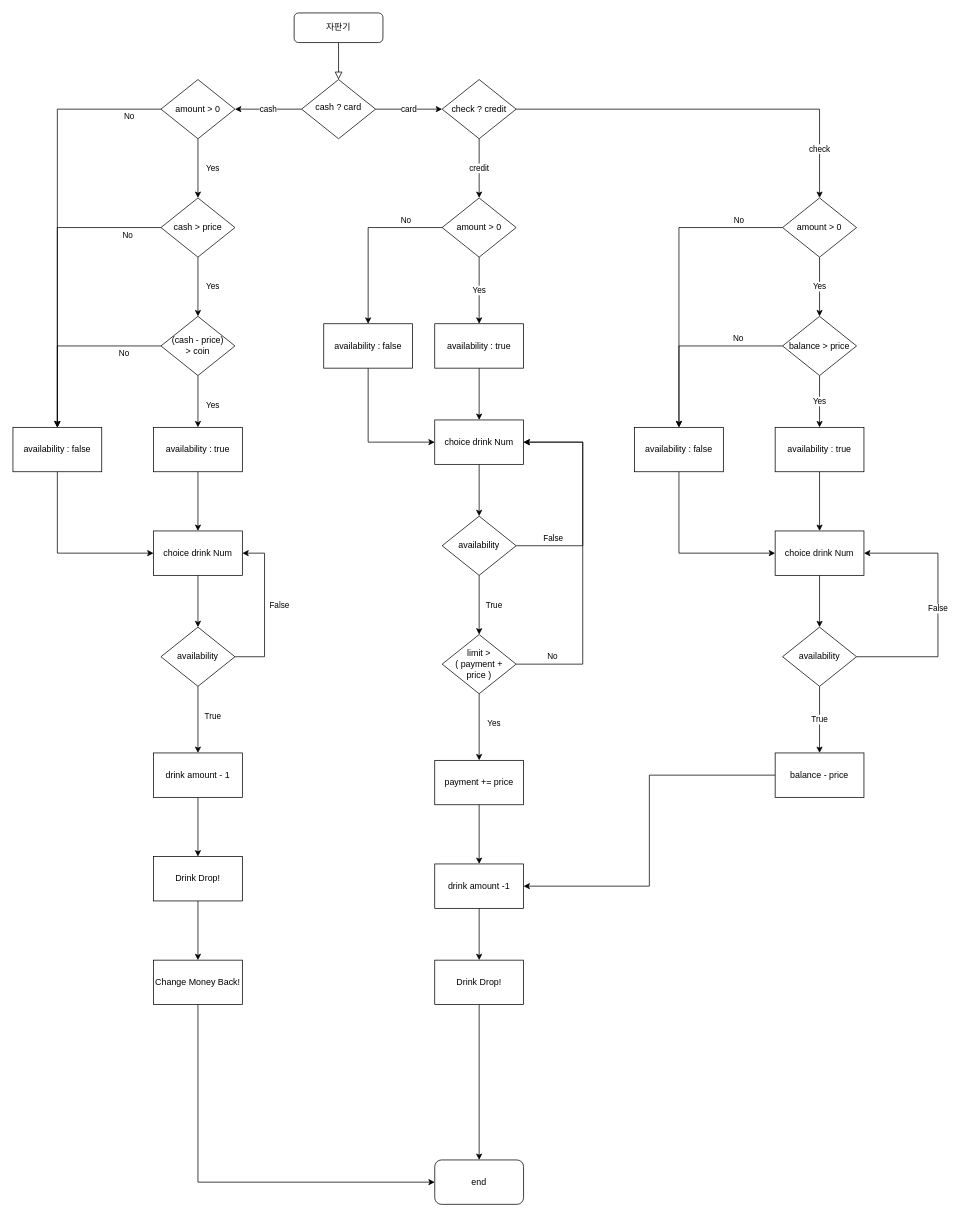
Earlier version of the draw.io diagram Untitled Diagram.drawio (AbyulStudy/barogo). Source tidied: cells renumbered, new cells numbered last; positions are measured from the earlier drawing's top-left corner, leaving out a move shared by most shapes. Both pictures are drawn from the tidied source at 74%, with x=0, y=0 at pixel (13, 13).
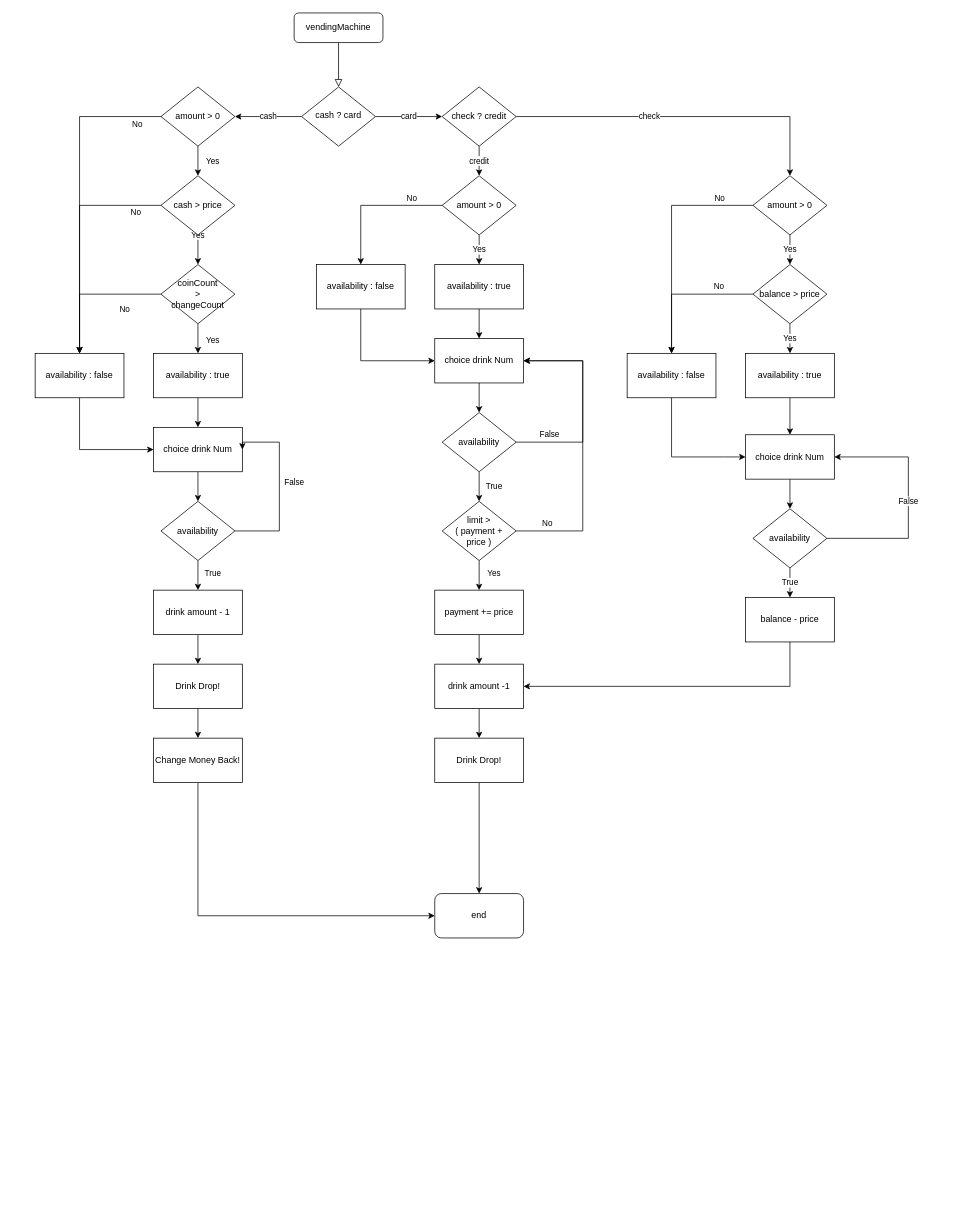
After the change.

Change to the diagram source:
```diff
@@
-    <mxCell id="3" value="자판기" style="rounded=1;whiteSpace=wrap;html=1;fontSize=12;glass=0;strokeWidth=1;shadow=0;" parent="1" vertex="1">
+    <mxCell id="3" value="vendingMachine" style="rounded=1;whiteSpace=wrap;html=1;fontSize=12;glass=0;strokeWidth=1;shadow=0;" parent="1" vertex="1">
       <mxGeometry x="380" width="120" height="40" as="geometry" />
     </mxCell>
@@
     <mxCell id="6" value="cash ? card" style="rhombus;whiteSpace=wrap;html=1;shadow=0;fontFamily=Helvetica;fontSize=12;align=center;strokeWidth=1;spacing=6;spacingTop=-4;" parent="1" vertex="1">
-      <mxGeometry x="390" y="90" width="100" height="80" as="geometry" />
+      <mxGeometry x="390" y="100" width="100" height="80" as="geometry" />
     </mxCell>
@@
     <mxCell id="9" value="amount &amp;gt; 0" style="rhombus;whiteSpace=wrap;html=1;" parent="1" vertex="1">
-      <mxGeometry x="200" y="90" width="100" height="80" as="geometry" />
+      <mxGeometry x="200" y="100" width="100" height="80" as="geometry" />
     </mxCell>
-    <mxCell id="10" value="Yes" style="edgeStyle=orthogonalEdgeStyle;rounded=0;jettySize=auto;html=1;" parent="1" edge="1" source="12" target="15">
-      <mxGeometry y="20" relative="1" as="geometry" />
+    <mxCell id="10" value="Yes" style="edgeStyle=orthogonalEdgeStyle;rounded=0;jettySize=auto;html=1;" parent="1" edge="1" source="12">
+      <mxGeometry y="20" relative="1" as="geometry">
+        <mxPoint x="250" y="340" as="targetPoint" />
+      </mxGeometry>
     </mxCell>
@@
     <mxCell id="12" value="cash &amp;gt; price" style="rhombus;whiteSpace=wrap;html=1;" parent="1" vertex="1">
-      <mxGeometry x="200" y="250" width="100" height="80" as="geometry" />
+      <mxGeometry x="200" y="220" width="100" height="80" as="geometry" />
     </mxCell>
-    <mxCell id="13" value="No" style="edgeStyle=orthogonalEdgeStyle;rounded=0;jettySize=auto;html=1;exitX=0;exitY=0.5;exitDx=0;exitDy=0;" parent="1" edge="1" source="15" target="17">
-      <mxGeometry x="-0.6" y="10" relative="1" as="geometry" />
-    </mxCell>
-    <mxCell id="14" value="Yes" style="edgeStyle=orthogonalEdgeStyle;rounded=0;jettySize=auto;html=1;" parent="1" edge="1" source="15" target="19">
-      <mxGeometry x="0.14" y="20" relative="1" as="geometry" />
-    </mxCell>
-    <mxCell id="15" value="&lt;span&gt;(cash - price)&lt;/span&gt;&lt;br&gt;&lt;span&gt;&amp;gt; coin&lt;/span&gt;" style="rhombus;whiteSpace=wrap;html=1;" parent="1" vertex="1">
-      <mxGeometry x="200" y="410" width="100" height="80" as="geometry" />
-    </mxCell>
@@
     <mxCell id="17" value="&lt;div style=&quot;line-height: 19px&quot;&gt;&lt;font face=&quot;helvetica&quot;&gt;availability : false&lt;/font&gt;&lt;/div&gt;" style="whiteSpace=wrap;html=1;" parent="1" vertex="1">
-      <mxGeometry y="560" width="120" height="60" as="geometry" />
+      <mxGeometry x="30" y="460" width="120" height="60" as="geometry" />
     </mxCell>
@@
     <mxCell id="19" value="availability : true" style="whiteSpace=wrap;html=1;" parent="1" vertex="1">
-      <mxGeometry x="190" y="560" width="120" height="60" as="geometry" />
+      <mxGeometry x="190" y="460" width="120" height="60" as="geometry" />
     </mxCell>
@@
     <mxCell id="21" value="choice drink Num" style="whiteSpace=wrap;html=1;" parent="1" vertex="1">
-      <mxGeometry x="190" y="700" width="120" height="60" as="geometry" />
+      <mxGeometry x="190" y="560" width="120" height="60" as="geometry" />
     </mxCell>
@@
     <mxCell id="23" value="False" style="edgeStyle=orthogonalEdgeStyle;rounded=0;jettySize=auto;html=1;exitX=1;exitY=0.5;exitDx=0;exitDy=0;entryX=1;entryY=0.5;entryDx=0;entryDy=0;" parent="1" edge="1" source="24" target="21">
       <mxGeometry x="0.05" y="-20" relative="1" as="geometry">
         <Array as="points">
-          <mxPoint x="340" y="870" />
-          <mxPoint x="340" y="730" />
+          <mxPoint x="360" y="700" />
+          <mxPoint x="360" y="580" />
+          <mxPoint x="310" y="580" />
         </Array>
       </mxGeometry>
     </mxCell>
     <mxCell id="24" value="availability" style="rhombus;whiteSpace=wrap;html=1;" parent="1" vertex="1">
-      <mxGeometry x="200" y="830" width="100" height="80" as="geometry" />
+      <mxGeometry x="200" y="660" width="100" height="80" as="geometry" />
     </mxCell>
@@
     <mxCell id="26" value="drink amount - 1" style="whiteSpace=wrap;html=1;" parent="1" vertex="1">
-      <mxGeometry x="190" y="1000" width="120" height="60" as="geometry" />
+      <mxGeometry x="190" y="780" width="120" height="60" as="geometry" />
     </mxCell>
@@
     <mxCell id="28" value="Drink Drop!" style="whiteSpace=wrap;html=1;" parent="1" vertex="1">
-      <mxGeometry x="190" y="1140" width="120" height="60" as="geometry" />
+      <mxGeometry x="190" y="880" width="120" height="60" as="geometry" />
     </mxCell>
     <mxCell id="29" style="edgeStyle=orthogonalEdgeStyle;rounded=0;jettySize=auto;html=1;" parent="1" edge="1" source="30" target="31">
       <mxGeometry relative="1" as="geometry">
         <Array as="points">
-          <mxPoint x="250" y="1580" />
+          <mxPoint x="250" y="1220" />
         </Array>
       </mxGeometry>
     </mxCell>
     <mxCell id="30" value="Change Money Back!" style="whiteSpace=wrap;html=1;" parent="1" vertex="1">
-      <mxGeometry x="190" y="1280" width="120" height="60" as="geometry" />
+      <mxGeometry x="190" y="980" width="120" height="60" as="geometry" />
     </mxCell>
     <mxCell id="31" value="end" style="rounded=1;whiteSpace=wrap;html=1;" parent="1" vertex="1">
-      <mxGeometry x="570" y="1550" width="120" height="60" as="geometry" />
+      <mxGeometry x="570" y="1190" width="120" height="60" as="geometry" />
     </mxCell>
@@
     <mxCell id="33" value="check" style="edgeStyle=orthogonalEdgeStyle;rounded=0;jettySize=auto;html=1;entryX=0.5;entryY=0;entryDx=0;entryDy=0;" parent="1" edge="1" source="34" target="58">
-      <mxGeometry x="0.75" relative="1" as="geometry" />
+      <mxGeometry x="-0.2" relative="1" as="geometry" />
     </mxCell>
     <mxCell id="34" value="check ? credit" style="rhombus;whiteSpace=wrap;html=1;" parent="1" vertex="1">
-      <mxGeometry x="580" y="90" width="100" height="80" as="geometry" />
+      <mxGeometry x="580" y="100" width="100" height="80" as="geometry" />
     </mxCell>
@@
     <mxCell id="37" value="amount &amp;gt; 0" style="rhombus;whiteSpace=wrap;html=1;" parent="1" vertex="1">
-      <mxGeometry x="580" y="250" width="100" height="80" as="geometry" />
+      <mxGeometry x="580" y="220" width="100" height="80" as="geometry" />
     </mxCell>
@@
     <mxCell id="39" value="&lt;span&gt;availability : true&lt;/span&gt;" style="whiteSpace=wrap;html=1;" parent="1" vertex="1">
-      <mxGeometry x="570" y="420" width="120" height="60" as="geometry" />
+      <mxGeometry x="570" y="340" width="120" height="60" as="geometry" />
     </mxCell>
@@
     <mxCell id="41" value="&lt;span style=&quot;font-family: &amp;#34;helvetica&amp;#34;&quot;&gt;availability : false&lt;/span&gt;" style="whiteSpace=wrap;html=1;" parent="1" vertex="1">
-      <mxGeometry x="420" y="420" width="120" height="60" as="geometry" />
+      <mxGeometry x="410" y="340" width="120" height="60" as="geometry" />
     </mxCell>
@@
     <mxCell id="43" value="choice drink Num" style="whiteSpace=wrap;html=1;" parent="1" vertex="1">
-      <mxGeometry x="570" y="550" width="120" height="60" as="geometry" />
+      <mxGeometry x="570" y="440" width="120" height="60" as="geometry" />
     </mxCell>
     <mxCell id="44" value="False" style="edgeStyle=orthogonalEdgeStyle;rounded=0;jettySize=auto;html=1;exitX=1;exitY=0.5;exitDx=0;exitDy=0;entryX=1;entryY=0.5;entryDx=0;entryDy=0;" parent="1" edge="1" source="46" target="43">
       <mxGeometry x="-0.68" y="10" relative="1" as="geometry">
         <Array as="points">
-          <mxPoint x="770" y="720" />
           <mxPoint x="770" y="580" />
+          <mxPoint x="770" y="470" />
         </Array>
       </mxGeometry>
     </mxCell>
@@
     <mxCell id="46" value="availability" style="rhombus;whiteSpace=wrap;html=1;" parent="1" vertex="1">
-      <mxGeometry x="580" y="680" width="100" height="80" as="geometry" />
+      <mxGeometry x="580" y="540" width="100" height="80" as="geometry" />
     </mxCell>
     <mxCell id="47" value="No" style="edgeStyle=orthogonalEdgeStyle;rounded=0;jettySize=auto;html=1;entryX=1;entryY=0.5;entryDx=0;entryDy=0;" parent="1" edge="1" source="49" target="43">
       <mxGeometry x="-0.79" y="10" relative="1" as="geometry">
         <Array as="points">
-          <mxPoint x="770" y="880" />
-          <mxPoint x="770" y="580" />
+          <mxPoint x="770" y="700" />
+          <mxPoint x="770" y="470" />
         </Array>
       </mxGeometry>
     </mxCell>
@@
     <mxCell id="49" value="limit &amp;gt;&lt;br&gt;( payment +&lt;br&gt;price )" style="rhombus;whiteSpace=wrap;html=1;" parent="1" vertex="1">
-      <mxGeometry x="580" y="840" width="100" height="80" as="geometry" />
+      <mxGeometry x="580" y="660" width="100" height="80" as="geometry" />
     </mxCell>
@@
     <mxCell id="51" value="payment += price" style="whiteSpace=wrap;html=1;" parent="1" vertex="1">
-      <mxGeometry x="570" y="1010" width="120" height="60" as="geometry" />
+      <mxGeometry x="570" y="780" width="120" height="60" as="geometry" />
     </mxCell>
@@
     <mxCell id="53" value="drink amount -1" style="whiteSpace=wrap;html=1;" parent="1" vertex="1">
-      <mxGeometry x="570" y="1150" width="120" height="60" as="geometry" />
+      <mxGeometry x="570" y="880" width="120" height="60" as="geometry" />
     </mxCell>
@@
     <mxCell id="55" value="Drink Drop!" style="whiteSpace=wrap;html=1;" parent="1" vertex="1">
-      <mxGeometry x="570" y="1280" width="120" height="60" as="geometry" />
+      <mxGeometry x="570" y="980" width="120" height="60" as="geometry" />
     </mxCell>
@@
     <mxCell id="58" value="amount &amp;gt; 0" style="rhombus;whiteSpace=wrap;html=1;" parent="1" vertex="1">
-      <mxGeometry x="1040" y="250" width="100" height="80" as="geometry" />
+      <mxGeometry x="1000" y="220" width="100" height="80" as="geometry" />
     </mxCell>
@@
     <mxCell id="61" value="balance &amp;gt; price" style="rhombus;whiteSpace=wrap;html=1;" parent="1" vertex="1">
-      <mxGeometry x="1040" y="410" width="100" height="80" as="geometry" />
+      <mxGeometry x="1000" y="340" width="100" height="80" as="geometry" />
     </mxCell>
@@
     <mxCell id="63" value="&lt;span&gt;availability : true&lt;/span&gt;" style="whiteSpace=wrap;html=1;" parent="1" vertex="1">
-      <mxGeometry x="1030" y="560" width="120" height="60" as="geometry" />
+      <mxGeometry x="990" y="460" width="120" height="60" as="geometry" />
     </mxCell>
     <mxCell id="64" style="edgeStyle=orthogonalEdgeStyle;rounded=0;jettySize=auto;html=1;entryX=0;entryY=0.5;entryDx=0;entryDy=0;" parent="1" edge="1" source="65" target="67">
       <mxGeometry relative="1" as="geometry">
         <Array as="points">
-          <mxPoint x="900" y="730" />
+          <mxPoint x="960" y="600" />
+          <mxPoint x="960" y="600" />
         </Array>
       </mxGeometry>
     </mxCell>
     <mxCell id="65" value="&lt;span style=&quot;font-family: &amp;#34;helvetica&amp;#34;&quot;&gt;availability : false&lt;/span&gt;" style="whiteSpace=wrap;html=1;" parent="1" vertex="1">
-      <mxGeometry x="840" y="560" width="120" height="60" as="geometry" />
+      <mxGeometry x="830" y="460" width="120" height="60" as="geometry" />
     </mxCell>
@@
     <mxCell id="67" value="&lt;span&gt;choice drink Num&lt;/span&gt;" style="whiteSpace=wrap;html=1;" parent="1" vertex="1">
-      <mxGeometry x="1030" y="700" width="120" height="60" as="geometry" />
+      <mxGeometry x="990" y="570" width="120" height="60" as="geometry" />
     </mxCell>
     <mxCell id="68" value="False" style="edgeStyle=orthogonalEdgeStyle;rounded=0;jettySize=auto;html=1;exitX=1;exitY=0.5;exitDx=0;exitDy=0;entryX=1;entryY=0.5;entryDx=0;entryDy=0;" parent="1" edge="1" source="70" target="67">
       <mxGeometry relative="1" as="geometry">
         <Array as="points">
-          <mxPoint x="1250" y="870" />
-          <mxPoint x="1250" y="730" />
+          <mxPoint x="1210" y="710" />
+          <mxPoint x="1210" y="600" />
         </Array>
       </mxGeometry>
     </mxCell>
@@
     <mxCell id="70" value="availability" style="rhombus;whiteSpace=wrap;html=1;" parent="1" vertex="1">
-      <mxGeometry x="1040" y="830" width="100" height="80" as="geometry" />
+      <mxGeometry x="1000" y="670" width="100" height="80" as="geometry" />
     </mxCell>
-    <mxCell id="71" style="edgeStyle=orthogonalEdgeStyle;rounded=0;jettySize=auto;html=1;entryX=1;entryY=0.5;entryDx=0;entryDy=0;" parent="1" edge="1" source="72" target="53">
+    <mxCell id="71" style="edgeStyle=orthogonalEdgeStyle;rounded=0;jettySize=auto;html=1;entryX=1;entryY=0.5;entryDx=0;entryDy=0;exitX=0.5;exitY=1;exitDx=0;exitDy=0;" parent="1" edge="1" source="72" target="53">
       <mxGeometry relative="1" as="geometry" />
     </mxCell>
     <mxCell id="72" value="balance - price" style="whiteSpace=wrap;html=1;" parent="1" vertex="1">
-      <mxGeometry x="1030" y="1000" width="120" height="60" as="geometry" />
+      <mxGeometry x="990" y="790" width="120" height="60" as="geometry" />
     </mxCell>
+    <mxCell id="14" value="Yes" style="edgeStyle=orthogonalEdgeStyle;rounded=0;jettySize=auto;html=1;entryX=0.5;entryY=0;entryDx=0;entryDy=0;" parent="1" edge="1" source="73" target="19">
+      <mxGeometry x="0.11" y="20" relative="1" as="geometry" />
+    </mxCell>
+    <mxCell id="13" value="No" style="edgeStyle=orthogonalEdgeStyle;rounded=0;jettySize=auto;html=1;entryX=0.5;entryY=0;entryDx=0;entryDy=0;" parent="1" edge="1" source="73" target="17">
+      <mxGeometry x="-0.48" y="20" relative="1" as="geometry" />
+    </mxCell>
+    <mxCell id="73" value="coinCount&lt;br&gt;&amp;gt; &lt;br&gt;changeCount" style="rhombus;whiteSpace=wrap;html=1;" parent="1" vertex="1">
+      <mxGeometry x="200" y="340" width="100" height="80" as="geometry" />
+    </mxCell>
```
